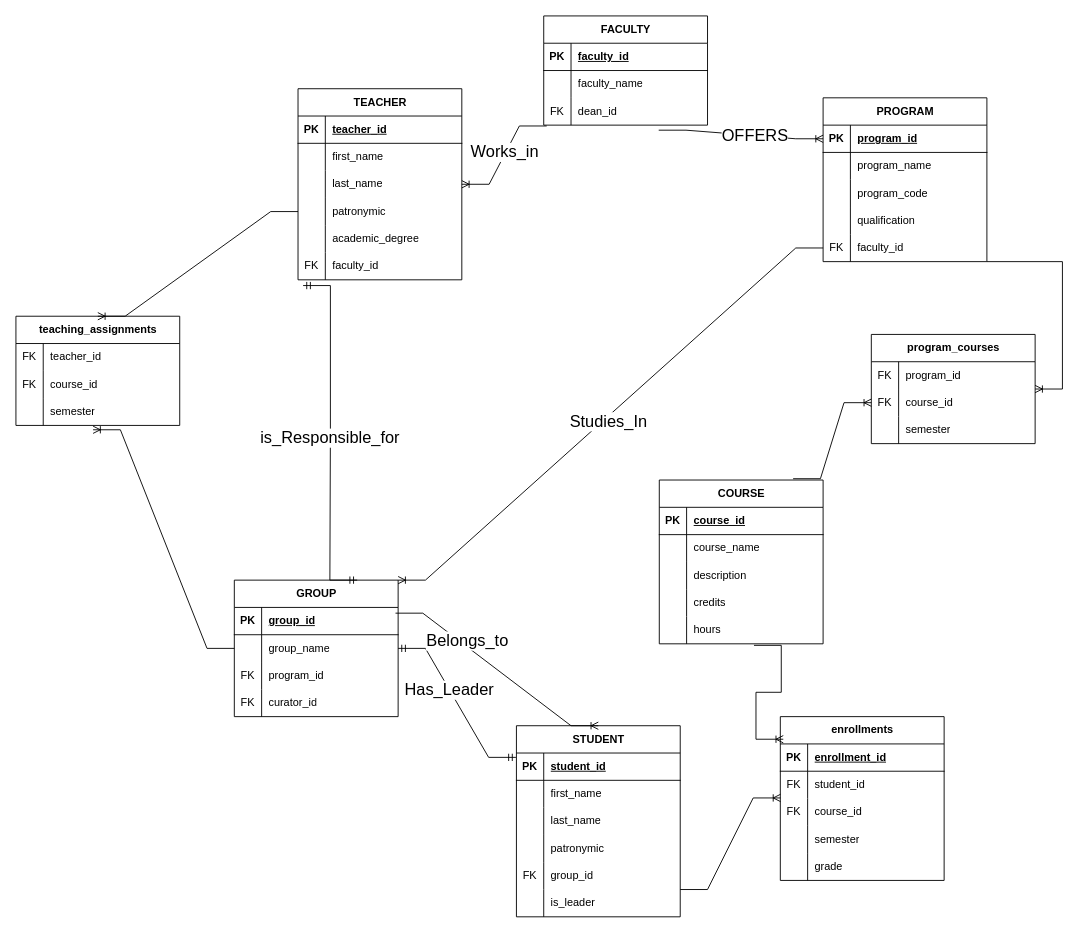
Above: Danik/subd_rgr_1_2.drawio in grcombinator/bsu (draw.io), before the change. Source tidied: cells renumbered, new cells numbered last; positions are measured from the earlier drawing's top-left corner, leaving out a move shared by most shapes. Both pictures are drawn from the tidied source at 91%, with x=0, y=0 at pixel (15, 15).
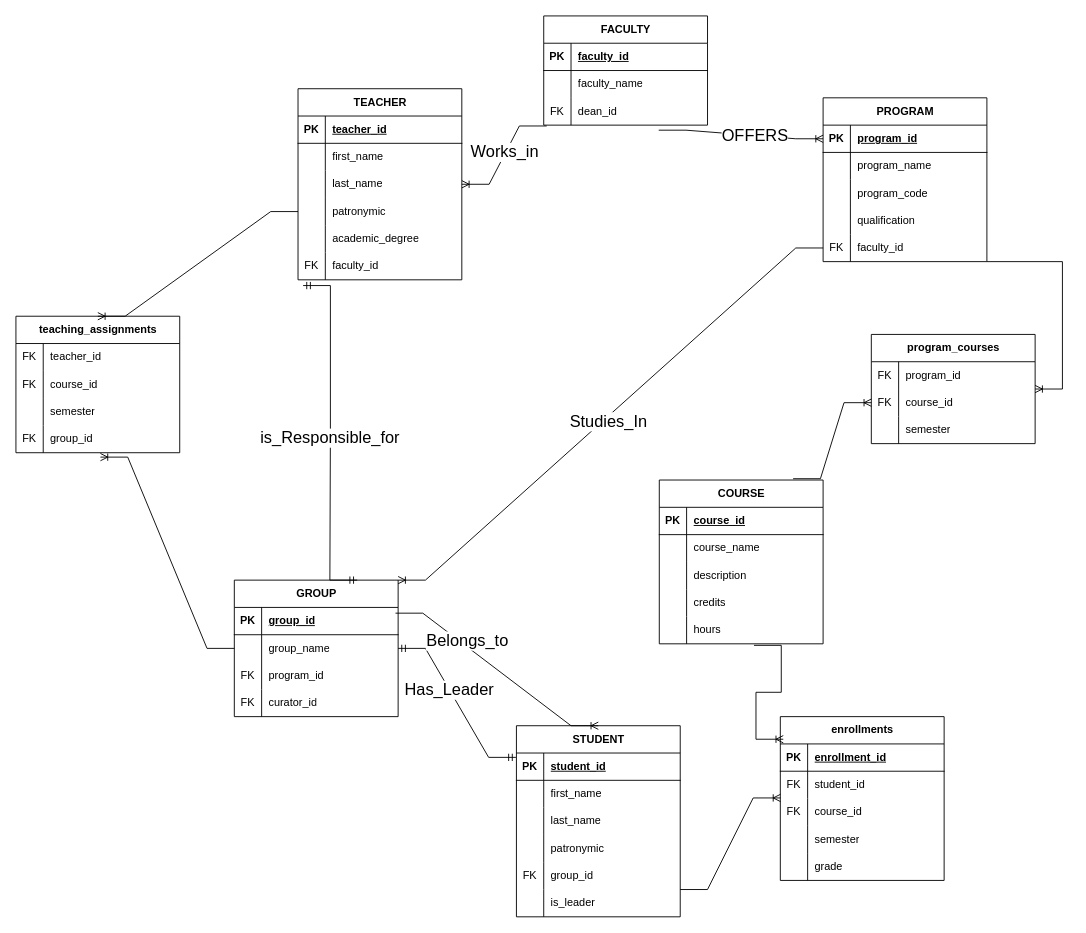
The same page after the edit.

Unchanged cells that the change refers to:
```xml
<mxCell id="63" value="GROUP" style="shape=table;startSize=30;childLayout=tableLayout;rowLines=0;fontStyle=1;align=center;html=1;" parent="1" vertex="1">
  <mxGeometry x="240" y="620" width="180" height="150" as="geometry" />
</mxCell>
<mxCell id="125" style="group;" parent="1" vertex="1">
  <mxGeometry y="330" width="180" height="120" as="geometry" />
</mxCell>
<mxCell id="133" style="shape=tableRow;horizontal=0;startSize=0;swimlaneHead=0;swimlaneBody=0;fillColor=none;points=[[0,0.5],[1,0.5]];portConstraint=eastwest;top=0;left=0;right=0;bottom=0;" parent="126" vertex="1">
  <mxGeometry y="90" width="180" height="30" as="geometry" />
</mxCell>
```

What changed in the source:
```diff
@@
     <mxCell id="126" value="teaching_assignments" style="shape=table;startSize=30;childLayout=tableLayout;rowLines=0;fontStyle=1;align=center;html=1;" parent="125" vertex="1">
-      <mxGeometry width="180" height="120" as="geometry" />
+      <mxGeometry width="180" height="150" as="geometry" />
     </mxCell>
@@
-    <mxCell id="136" style="edgeStyle=entityRelationEdgeStyle;fontSize=12;html=1;endArrow=ERoneToMany;rounded=0;entryX=0.471;entryY=1.159;entryDx=0;entryDy=0;entryPerimeter=0;" parent="125" edge="1" source="63" target="133">
-      <mxGeometry relative="1" as="geometry" />
-    </mxCell>
+    <mxCell id="150" style="shape=tableRow;horizontal=0;startSize=0;swimlaneHead=0;swimlaneBody=0;fillColor=none;points=[[0,0.5],[1,0.5]];portConstraint=eastwest;top=0;left=0;right=0;bottom=0;" parent="126" vertex="1">
+      <mxGeometry y="120" width="180" height="30" as="geometry" />
+    </mxCell>
+    <mxCell id="151" value="FK" style="shape=partialRectangle;fillColor=none;top=0;left=0;bottom=0;right=0;overflow=hidden;whiteSpace=wrap;html=1;" parent="150" vertex="1">
+      <mxGeometry width="30" height="30" as="geometry" />
+    </mxCell>
+    <mxCell id="152" value="group_id" style="shape=partialRectangle;fillColor=none;top=0;left=0;bottom=0;right=0;align=left;spacingLeft=6;overflow=hidden;whiteSpace=wrap;html=1;" parent="150" vertex="1">
+      <mxGeometry x="30" width="150" height="30" as="geometry" />
+    </mxCell>
@@
+    <mxCell id="136" style="edgeStyle=entityRelationEdgeStyle;fontSize=12;html=1;endArrow=ERoneToMany;rounded=0;entryX=0.516;entryY=1.161;entryDx=0;entryDy=0;entryPerimeter=0;" parent="1" edge="1" source="63" target="150">
+      <mxGeometry relative="1" as="geometry" />
+    </mxCell>
```
